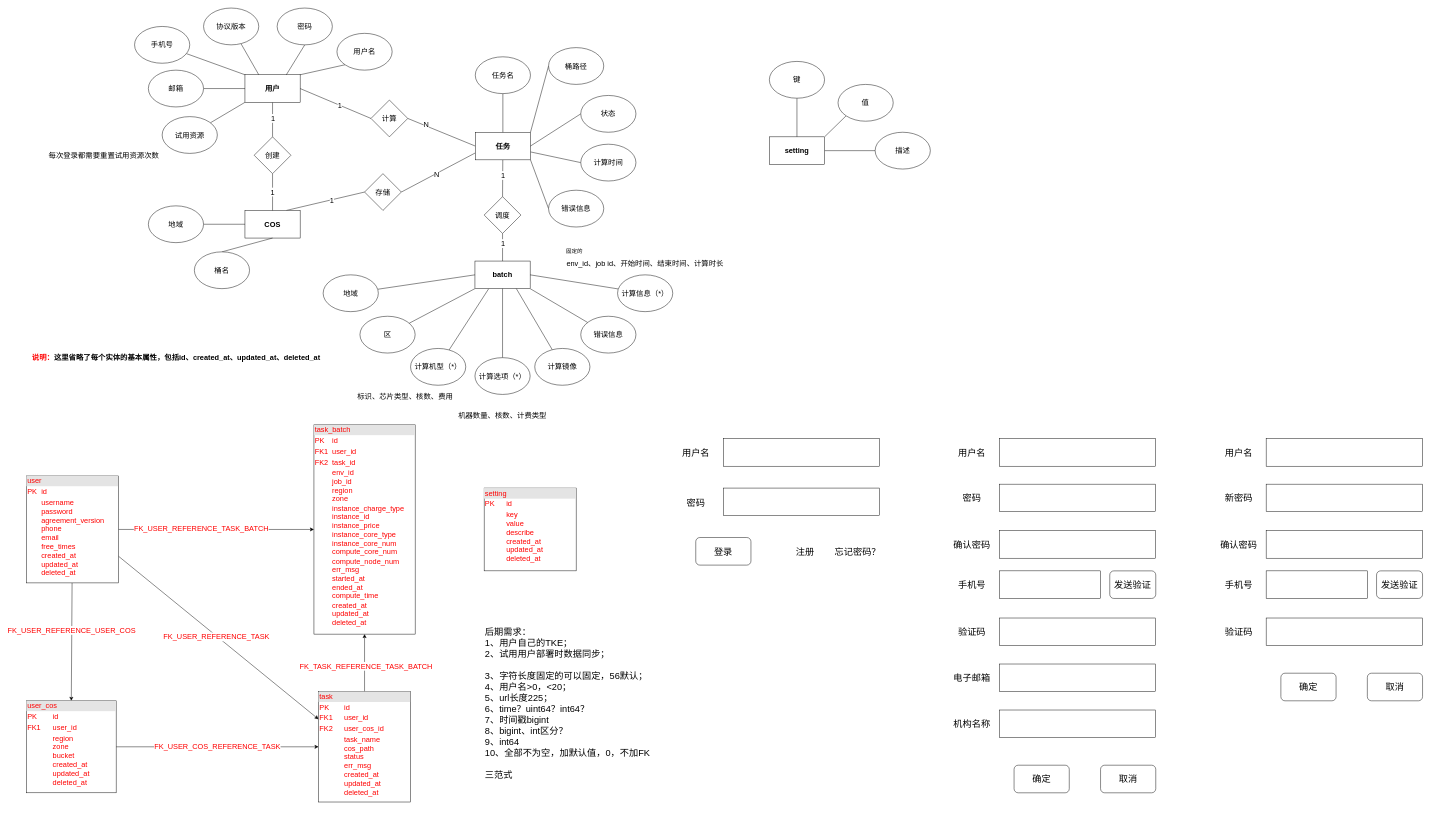
Above: page "数据库设计" (2 of 3) of draft/mutfold/Untitled Diagram.drawio in mattshhuang/draw-io (draw.io), before the change. Source tidied: cells renumbered, new cells numbered last; positions are measured from the earlier drawing's top-left corner, leaving out a move shared by most shapes. Both pictures are drawn from the tidied source at 46%, with x=0, y=0 at pixel (26, 8).
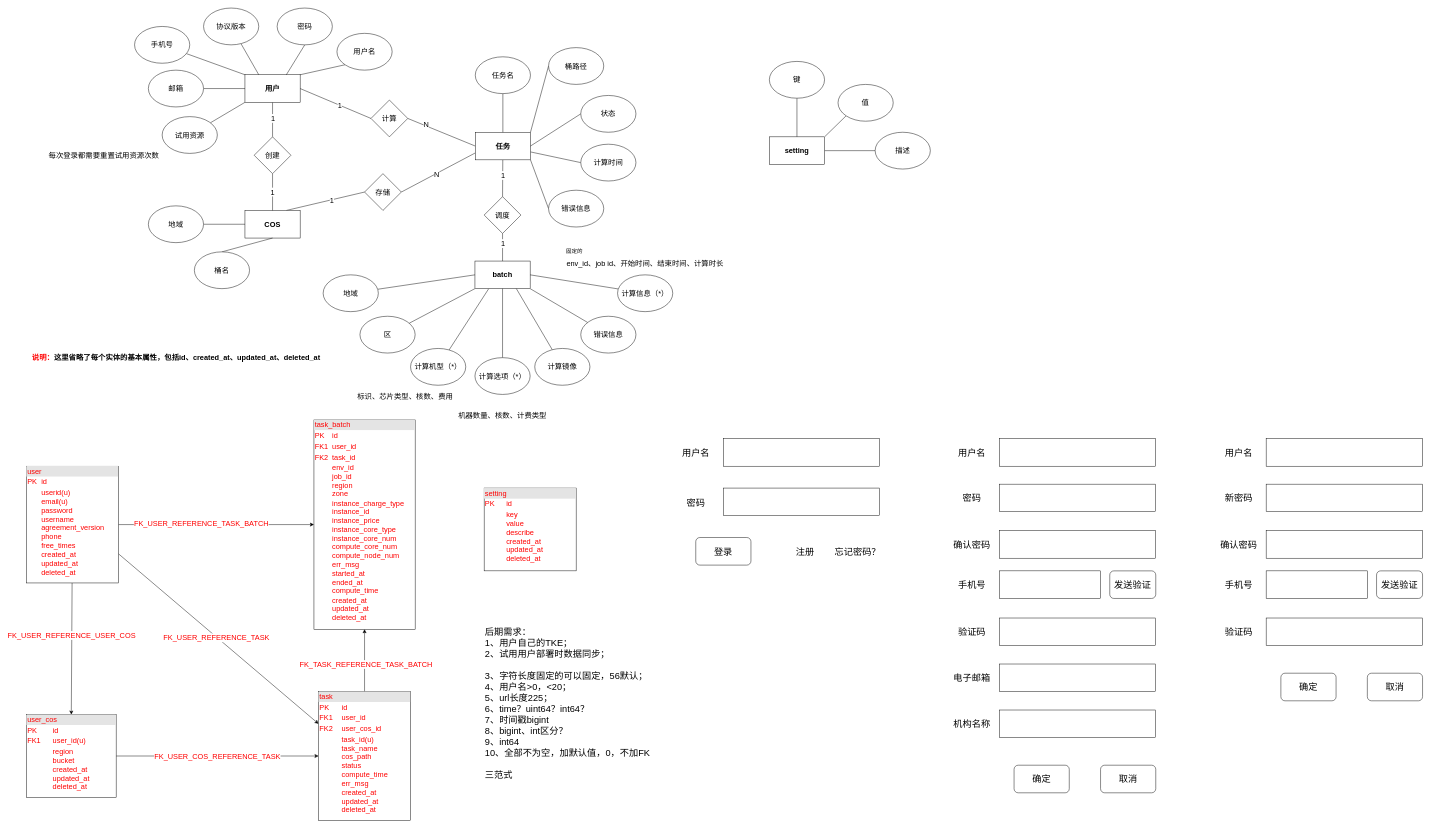
Above is the later version.

What changed in the source:
```diff
@@
-    <mxCell id="72" value="&lt;div style=&quot;box-sizing: border-box ; width: 100% ; background: #e4e4e4 ; padding: 2px&quot;&gt;user&lt;/div&gt;&lt;table style=&quot;width: 100% ; font-size: 1em&quot; cellpadding=&quot;2&quot; cellspacing=&quot;0&quot;&gt;&lt;tbody&gt;&lt;tr&gt;&lt;td&gt;PK&lt;/td&gt;&lt;td&gt;id&lt;/td&gt;&lt;/tr&gt;&lt;tr&gt;&lt;td&gt;&lt;/td&gt;&lt;td&gt;username&lt;br&gt;password&lt;br&gt;agreement_version&lt;br&gt;phone&lt;br&gt;email&lt;br&gt;free_times&lt;br&gt;created_at&lt;br&gt;updated_at&lt;br&gt;deleted_at&lt;/td&gt;&lt;/tr&gt;&lt;/tbody&gt;&lt;/table&gt;" style="verticalAlign=top;align=left;overflow=fill;html=1;fontSize=16;fontColor=#FF0000;" parent="1" vertex="1">
-      <mxGeometry y="1017.2" width="200" height="232.5" as="geometry" />
+    <mxCell id="72" value="&lt;div style=&quot;box-sizing: border-box ; width: 100% ; background: #e4e4e4 ; padding: 2px&quot;&gt;user&lt;/div&gt;&lt;table style=&quot;width: 100% ; font-size: 1em&quot; cellpadding=&quot;2&quot; cellspacing=&quot;0&quot;&gt;&lt;tbody&gt;&lt;tr&gt;&lt;td&gt;PK&lt;/td&gt;&lt;td&gt;id&lt;/td&gt;&lt;/tr&gt;&lt;tr&gt;&lt;td&gt;&lt;/td&gt;&lt;td&gt;userid(u)&lt;br&gt;email(u)&lt;br&gt;password&lt;br&gt;username&lt;br&gt;agreement_version&lt;br&gt;phone&lt;br&gt;free_times&lt;br&gt;created_at&lt;br&gt;updated_at&lt;br&gt;deleted_at&lt;/td&gt;&lt;/tr&gt;&lt;/tbody&gt;&lt;/table&gt;" style="verticalAlign=top;align=left;overflow=fill;html=1;fontSize=16;fontColor=#FF0000;" parent="1" vertex="1">
+      <mxGeometry y="996" width="200" height="253.8" as="geometry" />
     </mxCell>
@@
-    <mxCell id="74" value="&lt;div style=&quot;box-sizing: border-box ; width: 100% ; background: #e4e4e4 ; padding: 2px&quot;&gt;user_cos&lt;/div&gt;&lt;table style=&quot;width: 100% ; font-size: 1em&quot; cellpadding=&quot;2&quot; cellspacing=&quot;0&quot;&gt;&lt;tbody&gt;&lt;tr&gt;&lt;td&gt;PK&lt;/td&gt;&lt;td&gt;id&lt;/td&gt;&lt;/tr&gt;&lt;tr&gt;&lt;td&gt;FK1&lt;/td&gt;&lt;td&gt;user_id&lt;/td&gt;&lt;/tr&gt;&lt;tr&gt;&lt;td&gt;&lt;/td&gt;&lt;td&gt;region&lt;br&gt;zone&lt;br&gt;bucket&lt;br&gt;created_at&lt;br&gt;updated_at&lt;br&gt;deleted_at&lt;/td&gt;&lt;/tr&gt;&lt;/tbody&gt;&lt;/table&gt;" style="verticalAlign=top;align=left;overflow=fill;html=1;fontSize=16;fontColor=#FF0000;" parent="1" vertex="1">
-      <mxGeometry y="1506" width="195" height="200" as="geometry" />
+    <mxCell id="74" value="&lt;div style=&quot;box-sizing: border-box ; width: 100% ; background: #e4e4e4 ; padding: 2px&quot;&gt;user_cos&lt;/div&gt;&lt;table style=&quot;width: 100% ; font-size: 1em&quot; cellpadding=&quot;2&quot; cellspacing=&quot;0&quot;&gt;&lt;tbody&gt;&lt;tr&gt;&lt;td&gt;PK&lt;/td&gt;&lt;td&gt;id&lt;/td&gt;&lt;/tr&gt;&lt;tr&gt;&lt;td&gt;FK1&lt;/td&gt;&lt;td&gt;user_id(u)&lt;/td&gt;&lt;/tr&gt;&lt;tr&gt;&lt;td&gt;&lt;/td&gt;&lt;td&gt;region&lt;br&gt;bucket&lt;br&gt;created_at&lt;br&gt;updated_at&lt;br&gt;deleted_at&lt;/td&gt;&lt;/tr&gt;&lt;/tbody&gt;&lt;/table&gt;" style="verticalAlign=top;align=left;overflow=fill;html=1;fontSize=16;fontColor=#FF0000;" parent="1" vertex="1">
+      <mxGeometry y="1536" width="195" height="180" as="geometry" />
     </mxCell>
@@
-    <mxCell id="77" value="&lt;div style=&quot;box-sizing: border-box ; width: 100% ; background: #e4e4e4 ; padding: 2px&quot;&gt;task&lt;/div&gt;&lt;table style=&quot;width: 100% ; font-size: 1em&quot; cellpadding=&quot;2&quot; cellspacing=&quot;0&quot;&gt;&lt;tbody&gt;&lt;tr&gt;&lt;td&gt;PK&lt;/td&gt;&lt;td&gt;id&lt;/td&gt;&lt;/tr&gt;&lt;tr&gt;&lt;td&gt;FK1&lt;/td&gt;&lt;td&gt;user_id&lt;/td&gt;&lt;/tr&gt;&lt;tr&gt;&lt;td&gt;FK2&lt;/td&gt;&lt;td&gt;user_cos_id&lt;/td&gt;&lt;/tr&gt;&lt;tr&gt;&lt;td&gt;&lt;/td&gt;&lt;td&gt;task_name&lt;br&gt;cos_path&lt;br&gt;status&lt;br&gt;err_msg&lt;br&gt;created_at&lt;br&gt;updated_at&lt;br&gt;deleted_at&lt;br&gt;&lt;/td&gt;&lt;/tr&gt;&lt;/tbody&gt;&lt;/table&gt;" style="verticalAlign=top;align=left;overflow=fill;html=1;fontSize=16;fontColor=#FF0000;" parent="1" vertex="1">
-      <mxGeometry x="635" y="1486" width="200" height="240" as="geometry" />
+    <mxCell id="77" value="&lt;div style=&quot;box-sizing: border-box ; width: 100% ; background: #e4e4e4 ; padding: 2px&quot;&gt;task&lt;/div&gt;&lt;table style=&quot;width: 100% ; font-size: 1em&quot; cellpadding=&quot;2&quot; cellspacing=&quot;0&quot;&gt;&lt;tbody&gt;&lt;tr&gt;&lt;td&gt;PK&lt;/td&gt;&lt;td&gt;id&lt;/td&gt;&lt;/tr&gt;&lt;tr&gt;&lt;td&gt;FK1&lt;/td&gt;&lt;td&gt;user_id&lt;/td&gt;&lt;/tr&gt;&lt;tr&gt;&lt;td&gt;FK2&lt;/td&gt;&lt;td&gt;user_cos_id&lt;/td&gt;&lt;/tr&gt;&lt;tr&gt;&lt;td&gt;&lt;/td&gt;&lt;td&gt;task_id(u)&lt;br&gt;task_name&lt;br&gt;cos_path&lt;br&gt;status&lt;br&gt;compute_time&lt;br&gt;err_msg&lt;br&gt;created_at&lt;br&gt;updated_at&lt;br&gt;deleted_at&lt;br&gt;&lt;/td&gt;&lt;/tr&gt;&lt;/tbody&gt;&lt;/table&gt;" style="verticalAlign=top;align=left;overflow=fill;html=1;fontSize=16;fontColor=#FF0000;" parent="1" vertex="1">
+      <mxGeometry x="635" y="1486" width="200" height="280" as="geometry" />
     </mxCell>
     <mxCell id="78" value="&lt;div style=&quot;box-sizing: border-box ; width: 100% ; background: #e4e4e4 ; padding: 2px&quot;&gt;task_batch&lt;/div&gt;&lt;table style=&quot;width: 100% ; font-size: 1em&quot; cellpadding=&quot;2&quot; cellspacing=&quot;0&quot;&gt;&lt;tbody&gt;&lt;tr&gt;&lt;td&gt;PK&lt;/td&gt;&lt;td&gt;id&lt;/td&gt;&lt;/tr&gt;&lt;tr&gt;&lt;td&gt;FK1&lt;/td&gt;&lt;td&gt;user_id&lt;/td&gt;&lt;/tr&gt;&lt;tr&gt;&lt;td&gt;FK2&lt;/td&gt;&lt;td&gt;task_id&lt;/td&gt;&lt;/tr&gt;&lt;tr&gt;&lt;td&gt;&lt;/td&gt;&lt;td&gt;env_id&lt;br&gt;job_id&lt;br&gt;region&lt;br&gt;zone&lt;br&gt;instance_charge_type&lt;br&gt;instance_id&lt;br&gt;instance_price&lt;br&gt;instance_core_type&lt;br&gt;instance_core_num&lt;br&gt;compute_core_num&lt;br&gt;compute_node_num&lt;br&gt;err_msg&lt;br&gt;started_at&lt;br&gt;ended_at&lt;br&gt;compute_time&lt;br&gt;created_at&lt;br&gt;updated_at&lt;br&gt;deleted_at&lt;/td&gt;&lt;/tr&gt;&lt;/tbody&gt;&lt;/table&gt;" style="verticalAlign=top;align=left;overflow=fill;html=1;fontSize=16;fontColor=#FF0000;" parent="1" vertex="1">
-      <mxGeometry x="625" y="906" width="220" height="455" as="geometry" />
+      <mxGeometry x="625" y="895.4" width="220" height="455" as="geometry" />
     </mxCell>
```
